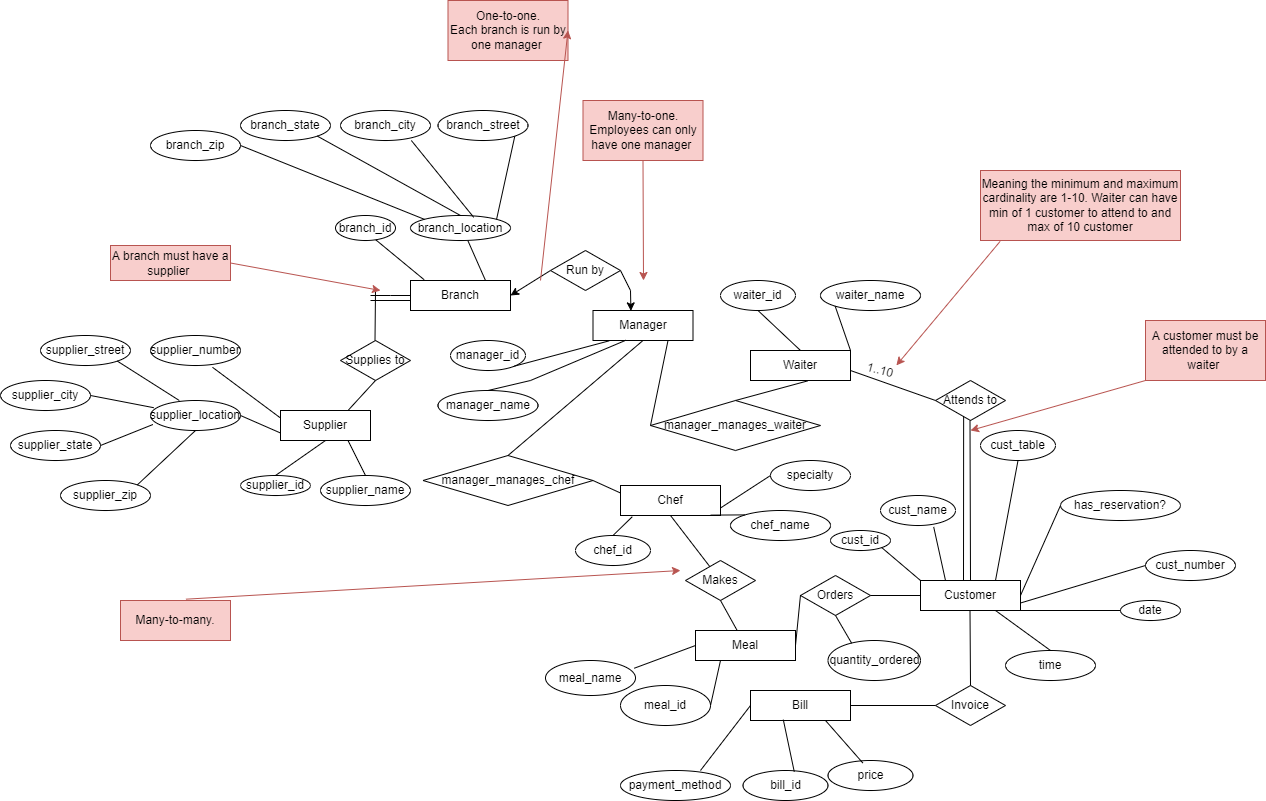
mounikaravi-hospet/DBS keeps this draw.io diagram as diagrams/RMS ERD.png. Above is the earlier version. Source tidied: cells renumbered, new cells last; positions are measured from the earlier drawing's top-left corner, leaving out a move shared by most shapes.
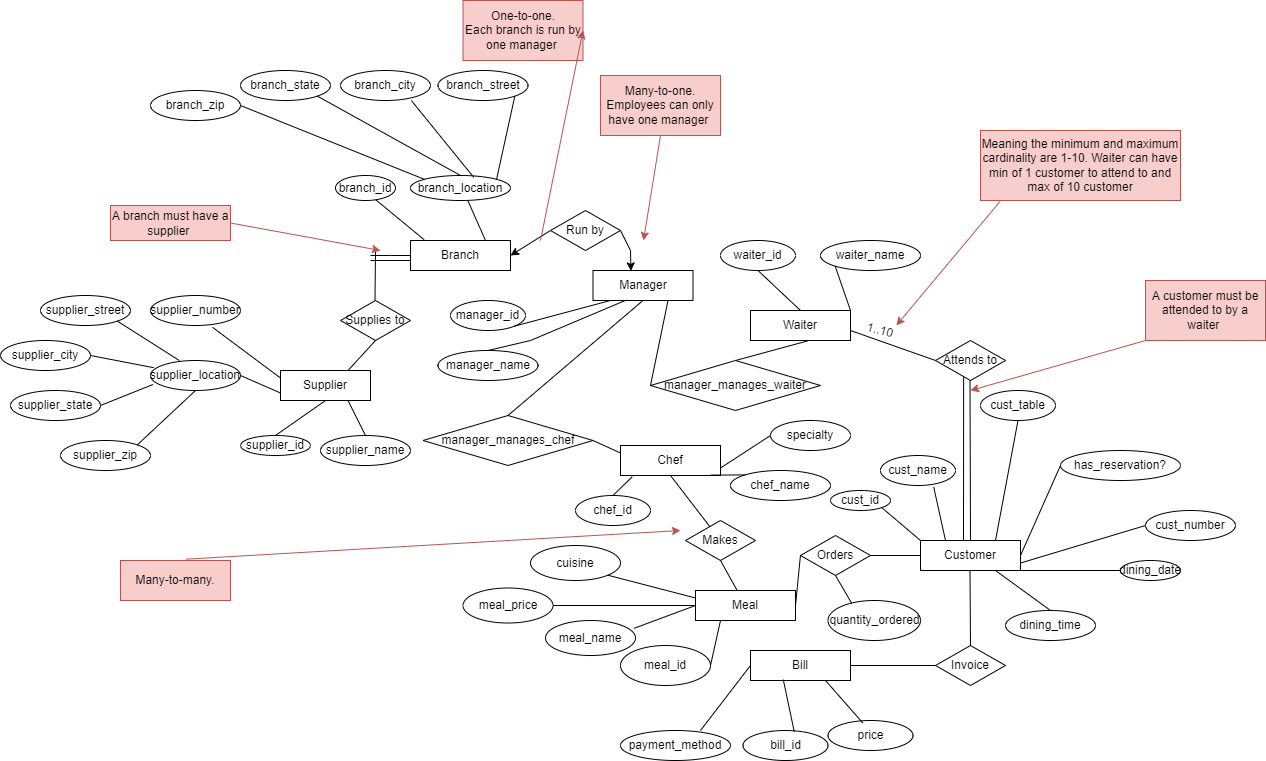
Later version of the same file.

The edit, as a diff of the source:
```diff
@@ -200,10 +200,10 @@
     <mxCell id="60" value="cust_number" style="ellipse;whiteSpace=wrap;html=1;" parent="1" vertex="1">
       <mxGeometry x="1145" y="550" width="90" height="30" as="geometry" />
     </mxCell>
-    <mxCell id="61" value="date" style="ellipse;whiteSpace=wrap;html=1;" parent="1" vertex="1">
+    <mxCell id="61" value="dining_date" style="ellipse;whiteSpace=wrap;html=1;" parent="1" vertex="1">
       <mxGeometry x="1120" y="600" width="60" height="20" as="geometry" />
     </mxCell>
-    <mxCell id="62" value="time" style="ellipse;whiteSpace=wrap;html=1;" parent="1" vertex="1">
+    <mxCell id="62" value="dining_time" style="ellipse;whiteSpace=wrap;html=1;" parent="1" vertex="1">
       <mxGeometry x="1005" y="650" width="90" height="30" as="geometry" />
     </mxCell>
     <mxCell id="63" style="endArrow=none;html=1;rounded=0;entryX=0;entryY=0.5;entryDx=0;entryDy=0;exitX=1;exitY=0.75;exitDx=0;exitDy=0;" parent="1" edge="1" source="16" target="60">
@@ -278,7 +278,7 @@
       <mxGeometry x="545" y="660" width="90" height="35" as="geometry" />
     </mxCell>
     <mxCell id="83" value="Many-to-one. Employees can only have one manager&amp;nbsp;" style="rounded=0;whiteSpace=wrap;html=1;fillColor=#f8cecc;strokeColor=#b85450;" parent="1" vertex="1">
-      <mxGeometry x="582.5" y="100" width="120" height="60" as="geometry" />
+      <mxGeometry x="600" y="115" width="120" height="60" as="geometry" />
     </mxCell>
     <mxCell id="84" style="endArrow=classic;html=1;rounded=0;startSize=4;exitX=0.5;exitY=1;exitDx=0;exitDy=0;fillColor=#f8cecc;strokeColor=#b85450;" parent="1" edge="1" source="83">
       <mxGeometry relative="1" as="geometry">
@@ -296,7 +296,7 @@
       </mxGeometry>
     </mxCell>
     <mxCell id="87" value="One-to-one.&lt;br&gt;Each branch is run by one manager&amp;nbsp;" style="rounded=0;whiteSpace=wrap;html=1;fillColor=#f8cecc;strokeColor=#b85450;" parent="1" vertex="1">
-      <mxGeometry x="447.5" width="120" height="60" as="geometry" />
+      <mxGeometry x="462.5" y="40" width="120" height="60" as="geometry" />
     </mxCell>
     <mxCell id="88" style="curved=1;endArrow=classic;html=1;rounded=0;startSize=4;entryX=1;entryY=0.5;entryDx=0;entryDy=0;fillColor=#f8cecc;strokeColor=#b85450;startArrow=none;" parent="1" edge="1" target="87">
       <mxGeometry relative="1" as="geometry">
@@ -392,5 +392,17 @@
     <mxCell id="117" style="endArrow=none;html=1;rounded=0;entryX=1;entryY=0.5;entryDx=0;entryDy=0;exitX=0;exitY=0;exitDx=0;exitDy=0;" parent="1" edge="1" source="29" target="109">
       <mxGeometry relative="1" as="geometry" />
     </mxCell>
+    <mxCell id="118" value="meal_price" style="ellipse;whiteSpace=wrap;html=1;fillColor=none;" parent="1" vertex="1">
+      <mxGeometry x="462.5" y="627.5" width="90" height="35" as="geometry" />
+    </mxCell>
+    <mxCell id="119" value="cuisine" style="ellipse;whiteSpace=wrap;html=1;fillColor=none;" parent="1" vertex="1">
+      <mxGeometry x="530" y="585" width="90" height="35" as="geometry" />
+    </mxCell>
+    <mxCell id="120" style="endArrow=none;html=1;rounded=0;entryX=0;entryY=0.25;entryDx=0;entryDy=0;exitX=1;exitY=1;exitDx=0;exitDy=0;" parent="1" edge="1" source="119" target="11">
+      <mxGeometry relative="1" as="geometry" />
+    </mxCell>
+    <mxCell id="121" style="endArrow=none;html=1;rounded=0;entryX=0;entryY=0.5;entryDx=0;entryDy=0;exitX=1;exitY=0.5;exitDx=0;exitDy=0;" parent="1" edge="1" source="118" target="11">
+      <mxGeometry relative="1" as="geometry" />
+    </mxCell>
   </root>
 </mxGraphModel>
```
